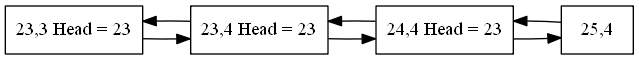
This is SnakeReport.png from olgt/EDD_1S2019_P1_201612341, a Graphviz export, as it was before one commit. Its source is kept beside it as SnakeReport.dot.
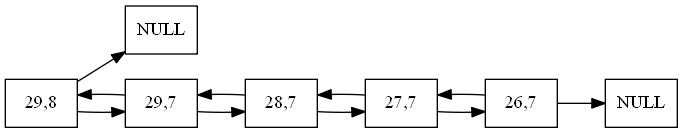
Later version of the same file.

Diff of the diagram source:
```diff
@@ -1,14 +1,21 @@
 digraph firstGraph{
 node [shape = record];
 rankdir=LR;
-node0 [label=" 23,3 Head = 23 "];
-node0 -> node1;
+node0 [label=" NULL "];
 node1 -> node0;
-node1 [label=" 23,4 Head = 23 "];
+node1 [label=" 29,8 "];
 node1 -> node2;
 node2 -> node1;
-node2 [label=" 24,4 Head = 23 "];
+node2 [label=" 29,7 "];
 node2 -> node3;
 node3 -> node2;
-node3 [label=" 25,4 "];
+node3 [label=" 28,7 "];
+node3 -> node4;
+node4 -> node3;
+node4 [label=" 27,7 "];
+node4 -> node5;
+node5 -> node4;
+node5 [label=" 26,7 "];
+node5 -> node6;
+node6 [label=" NULL "];
 }
```
